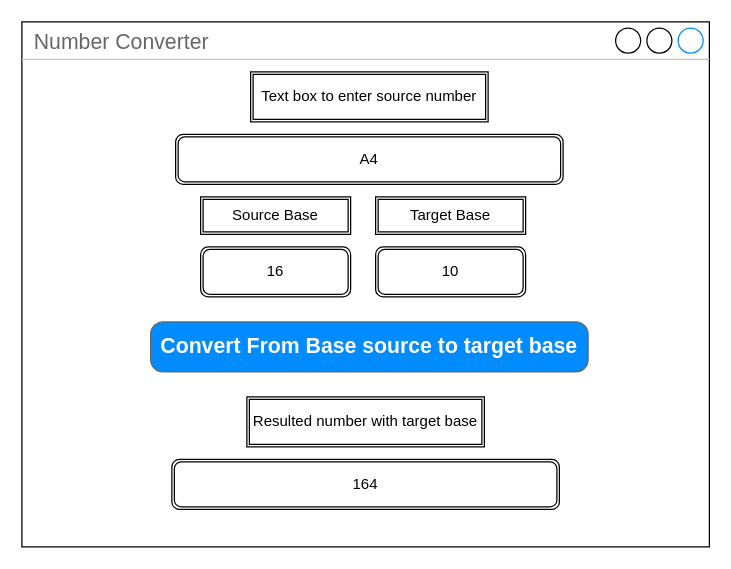
Before: GUIMockUp.drawio in BoolPurist/BaseNumberCalculator, a draw.io diagram. Source tidied: cells renumbered, new cells numbered last; positions are measured from the earlier drawing's top-left corner, leaving out a move shared by most shapes. Both pictures are drawn from the tidied source at 125%, with x=0, y=0 at pixel (21, 21).
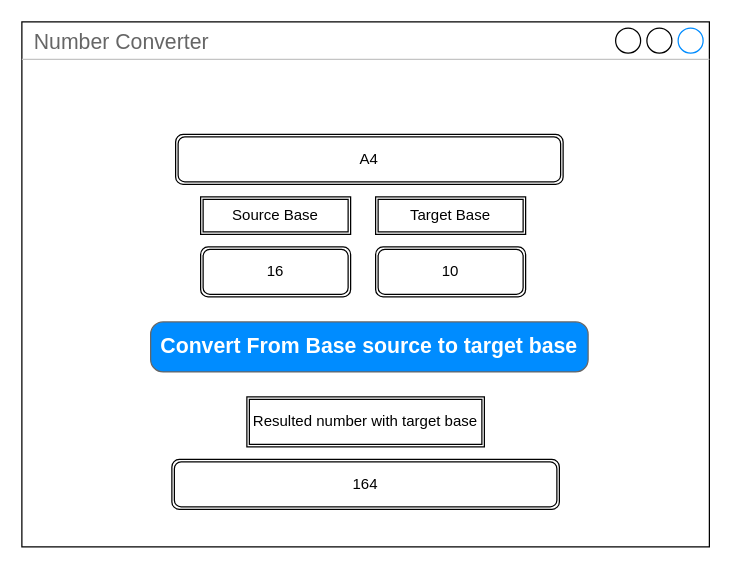
The same diagram, later.

The edit, as a diff of the source:
```diff
@@
 <mxGraphModel>
   <root>
     <mxCell id="0" />
     <mxCell id="1" parent="0" />
     <mxCell id="2" value="Number Converter" style="strokeWidth=1;shadow=0;dashed=0;align=center;html=1;shape=mxgraph.mockup.containers.window;align=left;verticalAlign=top;spacingLeft=8;strokeColor2=#008cff;strokeColor3=#c4c4c4;fontColor=#666666;mainText=;fontSize=17;labelBackgroundColor=none;" parent="1" vertex="1">
       <mxGeometry width="550" height="420" as="geometry" />
     </mxCell>
     <mxCell id="3" value="Source Base" style="shape=ext;double=1;rounded=0;whiteSpace=wrap;html=1;" parent="1" vertex="1">
       <mxGeometry x="143" y="140" width="120" height="30" as="geometry" />
     </mxCell>
     <mxCell id="4" value="Target Base" style="shape=ext;double=1;rounded=0;whiteSpace=wrap;html=1;" parent="1" vertex="1">
       <mxGeometry x="283" y="140" width="120" height="30" as="geometry" />
     </mxCell>
-    <mxCell id="5" value="Text box to enter source number" style="shape=ext;double=1;rounded=0;whiteSpace=wrap;html=1;" parent="1" vertex="1">
-      <mxGeometry x="183" y="40" width="190" height="40" as="geometry" />
-    </mxCell>
     <mxCell id="6" value="A4" style="shape=ext;double=1;rounded=1;whiteSpace=wrap;html=1;" parent="1" vertex="1">
       <mxGeometry x="123" y="90" width="310" height="40" as="geometry" />
     </mxCell>
     <mxCell id="7" value="164" style="shape=ext;double=1;rounded=1;whiteSpace=wrap;html=1;" parent="1" vertex="1">
       <mxGeometry x="120" y="350" width="310" height="40" as="geometry" />
     </mxCell>
     <mxCell id="8" value="16" style="shape=ext;double=1;rounded=1;whiteSpace=wrap;html=1;" parent="1" vertex="1">
       <mxGeometry x="143" y="180" width="120" height="40" as="geometry" />
     </mxCell>
     <mxCell id="9" value="10" style="shape=ext;double=1;rounded=1;whiteSpace=wrap;html=1;" parent="1" vertex="1">
       <mxGeometry x="283" y="180" width="120" height="40" as="geometry" />
     </mxCell>
     <mxCell id="10" value="Resulted number with target base" style="shape=ext;double=1;rounded=0;whiteSpace=wrap;html=1;" parent="1" vertex="1">
       <mxGeometry x="180" y="300" width="190" height="40" as="geometry" />
     </mxCell>
     <mxCell id="11" value="Convert From Base source to target base" style="strokeWidth=1;shadow=0;dashed=0;align=center;html=1;shape=mxgraph.mockup.buttons.button;strokeColor=#666666;fontColor=#ffffff;mainText=;buttonStyle=round;fontSize=17;fontStyle=1;fillColor=#008cff;whiteSpace=wrap;" parent="1" vertex="1">
       <mxGeometry x="103" y="240" width="350" height="40" as="geometry" />
     </mxCell>
   </root>
 </mxGraphModel>
```
